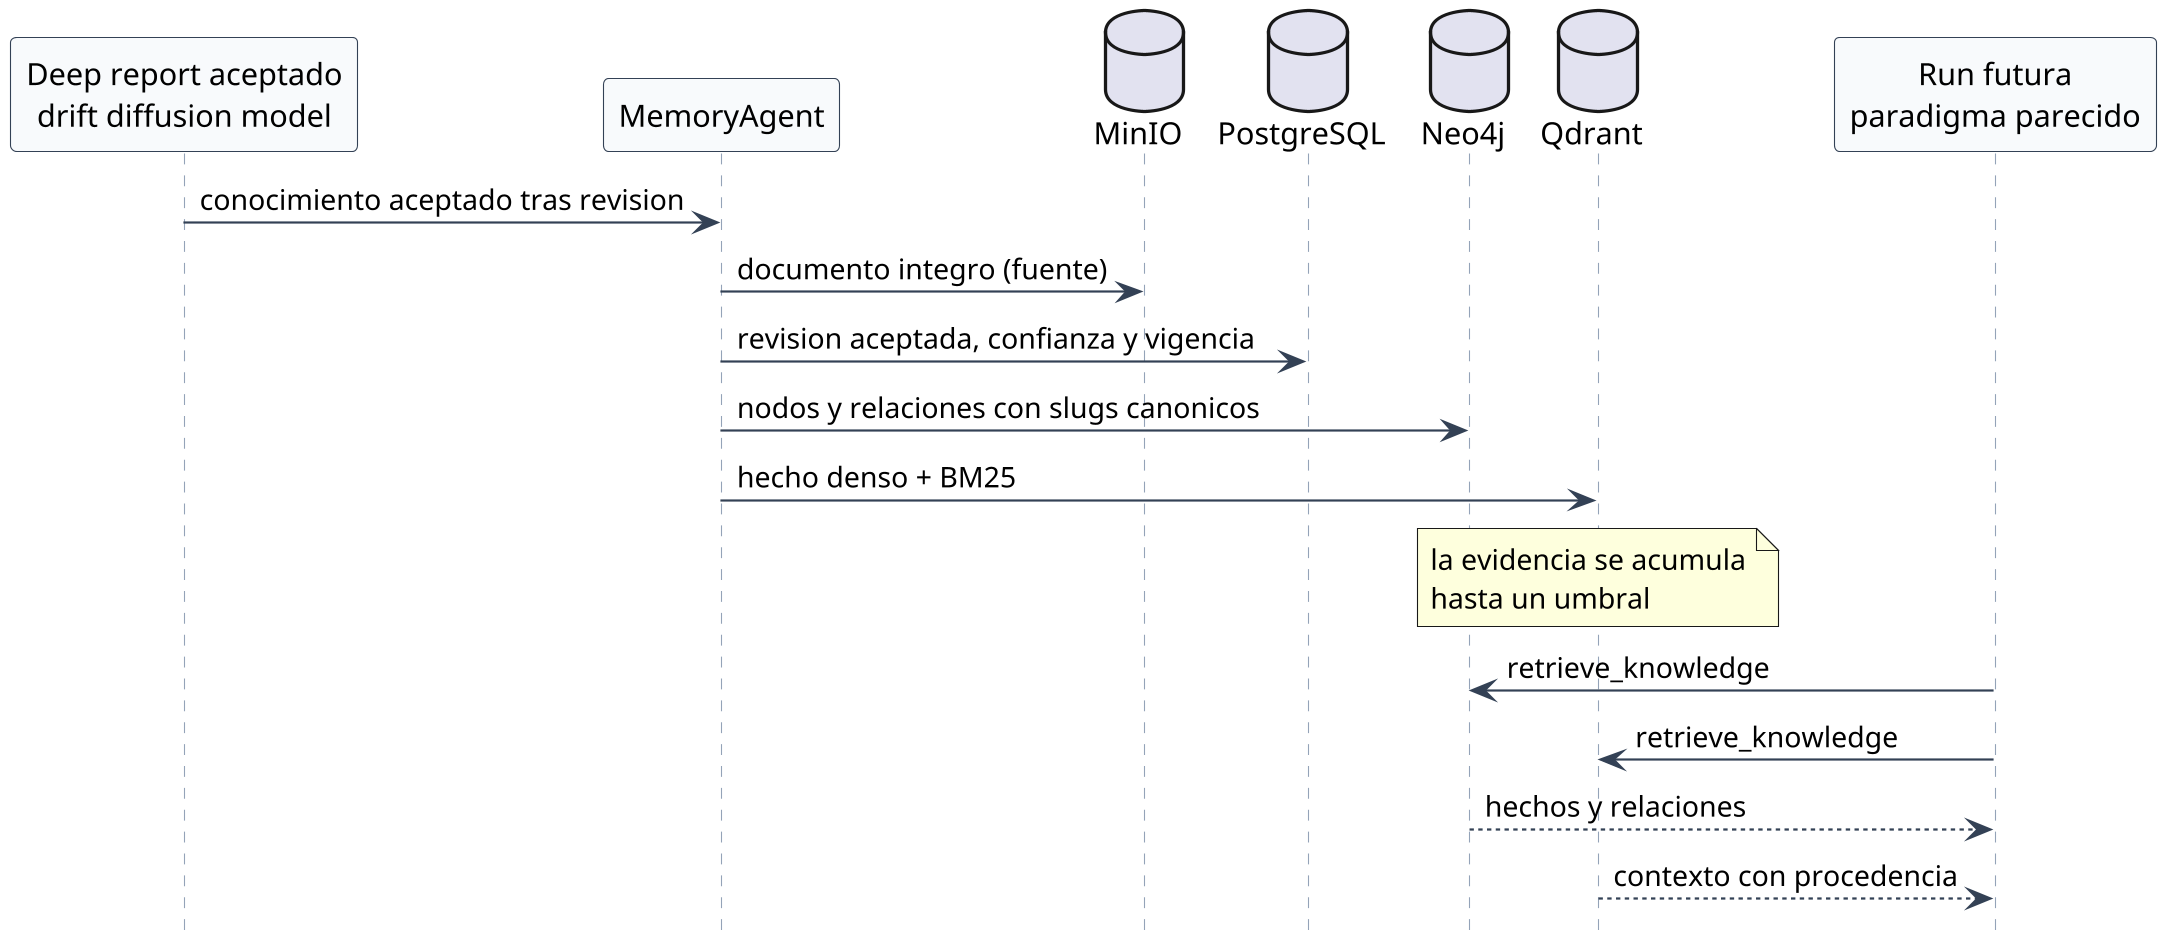
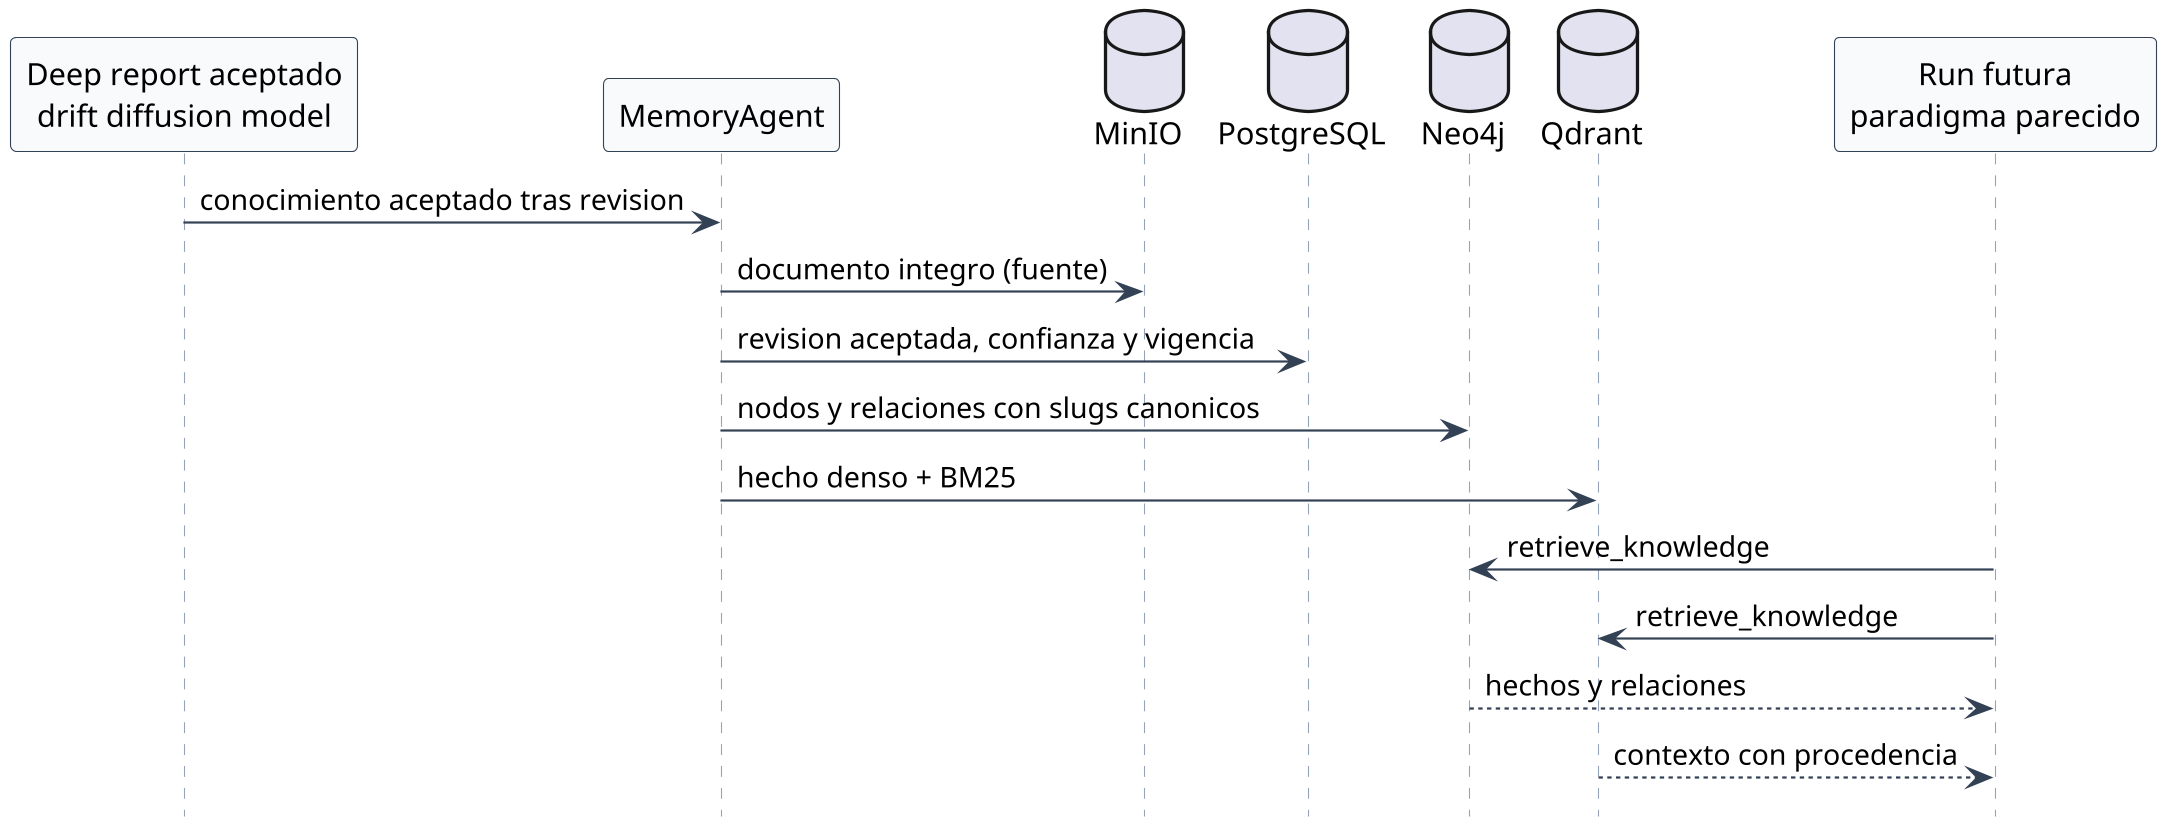
@startuml
!pragma teoz true
hide footbox
skinparam backgroundColor white
skinparam dpi 210
skinparam shadowing false
skinparam defaultFontName Helvetica
skinparam sequence {
  ArrowColor #334155
  LifeLineBorderColor #94A3B8
  ParticipantBorderColor #334155
  ParticipantBackgroundColor #F8FAFC
  ActorBorderColor #334155
  ActorBackgroundColor #ECFEFF
  DatabaseBorderColor #166534
  DatabaseBackgroundColor #ECFDF5
}

participant "Deep report aceptado\ndrift diffusion model" as Art
participant "MemoryAgent" as Memory
database "MinIO" as MinIO
database "PostgreSQL" as PG
database "Neo4j" as Neo
database "Qdrant" as Qd
participant "Run futura\nparadigma parecido" as Run

Art -> Memory : conocimiento aceptado tras revision
Memory -> MinIO : documento integro (fuente)
Memory -> PG : revision aceptada, confianza y vigencia
Memory -> Neo : nodos y relaciones con slugs canonicos
Memory -> Qd : hecho denso + BM25
- note over Qd : la evidencia se acumula\nhasta un umbral

Run -> Neo : retrieve_knowledge
Run -> Qd : retrieve_knowledge
Neo --> Run : hechos y relaciones
Qd --> Run : contexto con procedencia
@enduml
